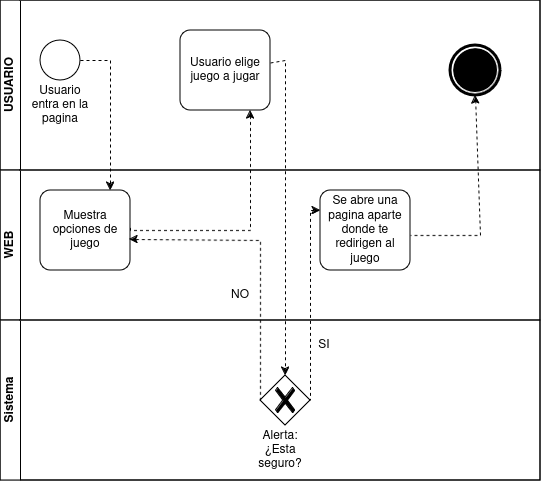
Above: JacaSportium/BPMN/BPMN_ELEJIR_JUEGO.drawio.png in MiguelLarintoo/JacaSportium (draw.io), before the change. Source tidied: cells renumbered, new cells last; positions are measured from the earlier drawing's top-left corner, leaving out a move shared by most shapes.
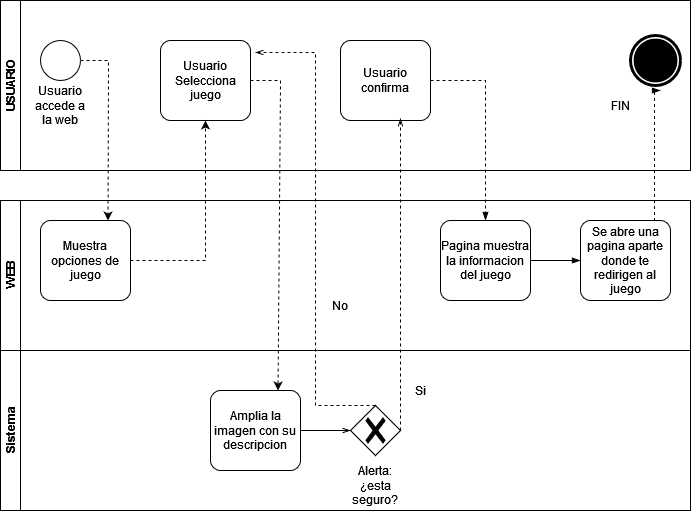
After the commit.

The edit, as a diff of the source:
```diff
@@ -3,98 +3,105 @@
     <mxCell id="0" />
     <mxCell id="1" parent="0" />
     <mxCell id="2" style="swimlane;html=1;horizontal=0;startSize=0;" parent="1" vertex="1">
-      <mxGeometry width="540" height="480" as="geometry" />
+      <mxGeometry width="690" height="310" as="geometry" />
     </mxCell>
+    <mxCell id="8" value="WEB" style="swimlane;html=1;startSize=20;horizontal=0;" parent="2" vertex="1">
+      <mxGeometry width="690" height="150" as="geometry" />
+    </mxCell>
+    <mxCell id="11" value="Muestra opciones de juego" style="points=[[0.25,0,0],[0.5,0,0],[0.75,0,0],[1,0.25,0],[1,0.5,0],[1,0.75,0],[0.75,1,0],[0.5,1,0],[0.25,1,0],[0,0.75,0],[0,0.5,0],[0,0.25,0]];shape=mxgraph.bpmn.task;whiteSpace=wrap;rectStyle=rounded;size=10;html=1;taskMarker=abstract;" parent="8" vertex="1">
+      <mxGeometry x="40" y="20" width="90" height="80" as="geometry" />
+    </mxCell>
+    <mxCell id="12" value="Se abre una pagina aparte donde te redirigen al juego" style="points=[[0.25,0,0],[0.5,0,0],[0.75,0,0],[1,0.25,0],[1,0.5,0],[1,0.75,0],[0.75,1,0],[0.5,1,0],[0.25,1,0],[0,0.75,0],[0,0.5,0],[0,0.25,0]];shape=mxgraph.bpmn.task;whiteSpace=wrap;rectStyle=rounded;size=10;html=1;taskMarker=abstract;" parent="8" vertex="1">
+      <mxGeometry x="580" y="20" width="90" height="80" as="geometry" />
+    </mxCell>
+    <mxCell id="23" value="No" style="text;html=1;align=center;verticalAlign=middle;whiteSpace=wrap;rounded=0;" parent="8" vertex="1">
+      <mxGeometry x="310" y="90" width="60" height="30" as="geometry" />
+    </mxCell>
+    <mxCell id="24" value="Pagina muestra la informacion del juego" style="points=[[0.25,0,0],[0.5,0,0],[0.75,0,0],[1,0.25,0],[1,0.5,0],[1,0.75,0],[0.75,1,0],[0.5,1,0],[0.25,1,0],[0,0.75,0],[0,0.5,0],[0,0.25,0]];shape=mxgraph.bpmn.task;whiteSpace=wrap;rectStyle=rounded;size=10;html=1;taskMarker=abstract;" parent="8" vertex="1">
+      <mxGeometry x="440" y="20" width="90" height="80" as="geometry" />
+    </mxCell>
+    <mxCell id="25" style="edgeStyle=elbowEdgeStyle;fontSize=12;html=1;endArrow=blockThin;endFill=1;rounded=0;exitX=1;exitY=0.5;exitDx=0;exitDy=0;exitPerimeter=0;" parent="8" edge="1" source="24">
+      <mxGeometry relative="1" as="geometry">
+        <mxPoint x="580" y="60" as="targetPoint" />
+      </mxGeometry>
+    </mxCell>
+    <mxCell id="18" value="Sistema" style="swimlane;html=1;startSize=20;horizontal=0;" parent="2" vertex="1">
+      <mxGeometry y="150" width="690" height="160" as="geometry" />
+    </mxCell>
+    <mxCell id="26" value="Amplia la imagen con su descripcion" style="points=[[0.25,0,0],[0.5,0,0],[0.75,0,0],[1,0.25,0],[1,0.5,0],[1,0.75,0],[0.75,1,0],[0.5,1,0],[0.25,1,0],[0,0.75,0],[0,0.5,0],[0,0.25,0]];shape=mxgraph.bpmn.task;whiteSpace=wrap;rectStyle=rounded;size=10;html=1;taskMarker=abstract;" parent="18" vertex="1">
+      <mxGeometry x="210" y="40" width="90" height="80" as="geometry" />
+    </mxCell>
+    <mxCell id="27" style="points=[[0.25,0.25,0],[0.5,0,0],[0.75,0.25,0],[1,0.5,0],[0.75,0.75,0],[0.5,1,0],[0.25,0.75,0],[0,0.5,0]];shape=mxgraph.bpmn.gateway2;html=1;verticalLabelPosition=bottom;labelBackgroundColor=#ffffff;verticalAlign=top;align=center;perimeter=rhombusPerimeter;outlineConnect=0;outline=none;symbol=none;gwType=exclusive;" parent="18" vertex="1">
+      <mxGeometry x="350" y="55" width="50" height="50" as="geometry" />
+    </mxCell>
+    <mxCell id="28" style="edgeStyle=elbowEdgeStyle;fontSize=12;html=1;endFill=0;startFill=0;endArrow=openThin;startArrow=none;rounded=0;exitX=1;exitY=0.5;exitDx=0;exitDy=0;exitPerimeter=0;entryX=0;entryY=0.5;entryDx=0;entryDy=0;entryPerimeter=0;" parent="18" edge="1" source="26" target="27">
+      <mxGeometry relative="1" as="geometry" />
+    </mxCell>
+    <mxCell id="29" value="Alerta: ¿esta seguro?" style="text;html=1;align=center;verticalAlign=middle;whiteSpace=wrap;rounded=0;" parent="18" vertex="1">
+      <mxGeometry x="345" y="120" width="60" height="30" as="geometry" />
+    </mxCell>
+    <mxCell id="30" value="Si" style="text;html=1;align=center;verticalAlign=middle;whiteSpace=wrap;rounded=0;" parent="18" vertex="1">
+      <mxGeometry x="390" y="25" width="60" height="30" as="geometry" />
+    </mxCell>
-    <mxCell id="3" value="USUARIO" style="swimlane;html=1;startSize=20;horizontal=0;" parent="2" vertex="1">
-      <mxGeometry width="540" height="170" as="geometry" />
+    <mxCell id="3" value="USUARIO" style="swimlane;html=1;startSize=20;horizontal=0;" parent="1" vertex="1">
+      <mxGeometry y="-200" width="690" height="170" as="geometry" />
     </mxCell>
     <mxCell id="4" style="ellipse;whiteSpace=wrap;html=1;" parent="3" vertex="1">
       <mxGeometry x="40" y="40" width="40" height="40" as="geometry" />
     </mxCell>
-    <mxCell id="5" value="Usuario entra en la pagina" style="text;html=1;align=center;verticalAlign=middle;whiteSpace=wrap;rounded=0;" parent="3" vertex="1">
+    <mxCell id="5" value="Usuario accede a la web" style="text;html=1;align=center;verticalAlign=middle;whiteSpace=wrap;rounded=0;" parent="3" vertex="1">
       <mxGeometry x="30" y="90" width="60" height="30" as="geometry" />
     </mxCell>
-    <mxCell id="6" value="Usuario elige juego a jugar" style="points=[[0.25,0,0],[0.5,0,0],[0.75,0,0],[1,0.25,0],[1,0.5,0],[1,0.75,0],[0.75,1,0],[0.5,1,0],[0.25,1,0],[0,0.75,0],[0,0.5,0],[0,0.25,0]];shape=mxgraph.bpmn.task;whiteSpace=wrap;rectStyle=rounded;size=10;html=1;taskMarker=abstract;" parent="3" vertex="1">
-      <mxGeometry x="180" y="30" width="90" height="80" as="geometry" />
+    <mxCell id="6" value="Usuario Selecciona juego" style="points=[[0.25,0,0],[0.5,0,0],[0.75,0,0],[1,0.25,0],[1,0.5,0],[1,0.75,0],[0.75,1,0],[0.5,1,0],[0.25,1,0],[0,0.75,0],[0,0.5,0],[0,0.25,0]];shape=mxgraph.bpmn.task;whiteSpace=wrap;rectStyle=rounded;size=10;html=1;taskMarker=abstract;" parent="3" vertex="1">
+      <mxGeometry x="160" y="40" width="90" height="80" as="geometry" />
     </mxCell>
     <mxCell id="7" style="points=[[0.145,0.145,0],[0.5,0,0],[0.855,0.145,0],[1,0.5,0],[0.855,0.855,0],[0.5,1,0],[0.145,0.855,0],[0,0.5,0]];shape=mxgraph.bpmn.event;html=1;verticalLabelPosition=bottom;labelBackgroundColor=#ffffff;verticalAlign=top;align=center;perimeter=ellipsePerimeter;outlineConnect=0;outline=end;symbol=terminate;" parent="3" vertex="1">
-      <mxGeometry x="450" y="45" width="50" height="50" as="geometry" />
+      <mxGeometry x="630" y="35" width="50" height="50" as="geometry" />
     </mxCell>
-    <mxCell id="8" value="WEB" style="swimlane;html=1;startSize=20;horizontal=0;" parent="2" vertex="1">
-      <mxGeometry y="170" width="540" height="150" as="geometry" />
-    </mxCell>
-    <mxCell id="9" value="NO" style="text;html=1;align=center;verticalAlign=middle;whiteSpace=wrap;rounded=0;" parent="8" vertex="1">
-      <mxGeometry x="210" y="110" width="60" height="30" as="geometry" />
-    </mxCell>
-    <mxCell id="10" style="endArrow=classic;html=1;rounded=0;exitX=1;exitY=0.5;exitDx=0;exitDy=0;exitPerimeter=0;entryX=0.5;entryY=1;entryDx=0;entryDy=0;entryPerimeter=0;dashed=1;" parent="8" edge="1" target="7">
-      <mxGeometry relative="1" as="geometry">
-        <mxPoint x="390" y="65" as="sourcePoint" />
-        <Array as="points">
-          <mxPoint x="480" y="65" />
-        </Array>
-      </mxGeometry>
-    </mxCell>
-    <mxCell id="11" value="Muestra opciones de juego" style="points=[[0.25,0,0],[0.5,0,0],[0.75,0,0],[1,0.25,0],[1,0.5,0],[1,0.75,0],[0.75,1,0],[0.5,1,0],[0.25,1,0],[0,0.75,0],[0,0.5,0],[0,0.25,0]];shape=mxgraph.bpmn.task;whiteSpace=wrap;rectStyle=rounded;size=10;html=1;taskMarker=abstract;" parent="8" vertex="1">
-      <mxGeometry x="40" y="20" width="90" height="80" as="geometry" />
-    </mxCell>
-    <mxCell id="12" value="Se abre una pagina aparte donde te redirigen al juego" style="points=[[0.25,0,0],[0.5,0,0],[0.75,0,0],[1,0.25,0],[1,0.5,0],[1,0.75,0],[0.75,1,0],[0.5,1,0],[0.25,1,0],[0,0.75,0],[0,0.5,0],[0,0.25,0]];shape=mxgraph.bpmn.task;whiteSpace=wrap;rectStyle=rounded;size=10;html=1;taskMarker=abstract;" parent="8" vertex="1">
-      <mxGeometry x="320" y="20" width="90" height="80" as="geometry" />
-    </mxCell>
-    <mxCell id="13" style="endArrow=classic;html=1;rounded=0;entryX=0.5;entryY=0;entryDx=0;entryDy=0;entryPerimeter=0;dashed=1;" parent="2" edge="1">
-      <mxGeometry relative="1" as="geometry">
-        <mxPoint x="110" y="60" as="sourcePoint" />
-        <mxPoint x="110" y="190" as="targetPoint" />
-      </mxGeometry>
-    </mxCell>
-    <mxCell id="14" style="endArrow=classic;html=1;rounded=0;entryX=0.5;entryY=0;entryDx=0;entryDy=0;entryPerimeter=0;dashed=1;" parent="2" edge="1" source="6">
-      <mxGeometry relative="1" as="geometry">
-        <mxPoint x="285" y="375" as="targetPoint" />
-        <Array as="points">
-          <mxPoint x="285" y="60" />
-          <mxPoint x="285" y="210" />
-        </Array>
-      </mxGeometry>
-    </mxCell>
-    <mxCell id="15" style="edgeStyle=orthogonalEdgeStyle;rounded=0;jettySize=auto;html=1;endArrow=classic;endFill=1;exitX=0;exitY=0;exitDx=40;exitDy=37.5;exitPerimeter=0;dashed=1;" parent="2" edge="1" target="6">
-      <mxGeometry relative="1" as="geometry">
-        <mxPoint x="130" y="227.5" as="sourcePoint" />
-        <Array as="points">
-          <mxPoint x="130" y="230" />
-          <mxPoint x="250" y="230" />
-        </Array>
-      </mxGeometry>
-    </mxCell>
-    <mxCell id="16" style="endArrow=none;dashed=1;html=1;rounded=0;exitX=0.975;exitY=0.817;exitDx=0;exitDy=0;exitPerimeter=0;entryX=0;entryY=0.5;entryDx=0;entryDy=0;entryPerimeter=0;startArrow=classic;startFill=1;" parent="2" edge="1" target="20">
-      <mxGeometry relative="1" as="geometry">
-        <mxPoint x="129" y="239" as="sourcePoint" />
-        <Array as="points">
-          <mxPoint x="260" y="240" />
-        </Array>
-      </mxGeometry>
-    </mxCell>
-    <mxCell id="17" style="endArrow=none;dashed=1;html=1;rounded=0;exitX=0;exitY=0.25;exitDx=0;exitDy=0;exitPerimeter=0;entryX=1;entryY=0.5;entryDx=0;entryDy=0;entryPerimeter=0;endFill=0;startArrow=classic;startFill=1;" parent="2" edge="1" source="12" target="20">
-      <mxGeometry relative="1" as="geometry">
-        <Array as="points">
-          <mxPoint x="310" y="210" />
-        </Array>
-      </mxGeometry>
-    </mxCell>
-    <mxCell id="18" value="Sistema" style="swimlane;html=1;startSize=20;horizontal=0;" parent="2" vertex="1">
-      <mxGeometry y="320" width="540" height="160" as="geometry" />
-    </mxCell>
-    <mxCell id="19" value="SI" style="text;html=1;align=center;verticalAlign=middle;whiteSpace=wrap;rounded=0;" parent="18" vertex="1">
-      <mxGeometry x="294" y="10" width="60" height="30" as="geometry" />
-    </mxCell>
-    <mxCell id="20" style="points=[[0.25,0.25,0],[0.5,0,0],[0.75,0.25,0],[1,0.5,0],[0.75,0.75,0],[0.5,1,0],[0.25,0.75,0],[0,0.5,0]];shape=mxgraph.bpmn.gateway2;html=1;verticalLabelPosition=bottom;labelBackgroundColor=#ffffff;verticalAlign=top;align=center;perimeter=rhombusPerimeter;outlineConnect=0;outline=none;symbol=none;gwType=exclusive;" parent="18" vertex="1">
-      <mxGeometry x="260" y="55" width="50" height="50" as="geometry" />
-    </mxCell>
-    <mxCell id="21" value="Alerta: ¿Esta seguro?" style="text;html=1;align=center;verticalAlign=middle;whiteSpace=wrap;rounded=0;" parent="18" vertex="1">
-      <mxGeometry x="250" y="115" width="60" height="30" as="geometry" />
-    </mxCell>
-    <mxCell id="22" style="endArrow=none;html=1;rounded=0;exitX=1;exitY=0.5;exitDx=0;exitDy=0;dashed=1;" parent="1" edge="1" source="4">
-      <mxGeometry relative="1" as="geometry">
-        <mxPoint x="110" y="60" as="targetPoint" />
-      </mxGeometry>
-    </mxCell>
+    <mxCell id="31" value="Usuario confirma" style="points=[[0.25,0,0],[0.5,0,0],[0.75,0,0],[1,0.25,0],[1,0.5,0],[1,0.75,0],[0.75,1,0],[0.5,1,0],[0.25,1,0],[0,0.75,0],[0,0.5,0],[0,0.25,0]];shape=mxgraph.bpmn.task;whiteSpace=wrap;rectStyle=rounded;size=10;html=1;taskMarker=abstract;" parent="3" vertex="1">
+      <mxGeometry x="340" y="40" width="90" height="80" as="geometry" />
+    </mxCell>
+    <mxCell id="32" value="FIN" style="text;html=1;align=center;verticalAlign=middle;whiteSpace=wrap;rounded=0;" parent="3" vertex="1">
+      <mxGeometry x="590" y="90" width="60" height="30" as="geometry" />
+    </mxCell>
+    <mxCell id="33" style="endArrow=classic;html=1;rounded=0;entryX=0.75;entryY=0;entryDx=0;entryDy=0;entryPerimeter=0;exitX=1;exitY=0.5;exitDx=0;exitDy=0;dashed=1;" parent="1" edge="1" source="4" target="11">
+      <mxGeometry relative="1" as="geometry">
+        <Array as="points">
+          <mxPoint x="108" y="-140" />
+        </Array>
+      </mxGeometry>
+    </mxCell>
+    <mxCell id="34" style="endArrow=classic;html=1;rounded=0;entryX=0.5;entryY=1;entryDx=0;entryDy=0;entryPerimeter=0;exitX=1;exitY=0.5;exitDx=0;exitDy=0;dashed=1;exitPerimeter=0;" parent="1" edge="1" source="11" target="6">
+      <mxGeometry relative="1" as="geometry">
+        <Array as="points">
+          <mxPoint x="205" y="60" />
+        </Array>
+      </mxGeometry>
+    </mxCell>
+    <mxCell id="35" style="endArrow=classic;html=1;rounded=0;entryX=0.75;entryY=0;entryDx=0;entryDy=0;entryPerimeter=0;exitX=1;exitY=0.5;exitDx=0;exitDy=0;dashed=1;exitPerimeter=0;" parent="1" edge="1" source="6" target="26">
+      <mxGeometry relative="1" as="geometry">
+        <Array as="points">
+          <mxPoint x="280" y="-120" />
+        </Array>
+      </mxGeometry>
+    </mxCell>
+    <mxCell id="36" style="edgeStyle=elbowEdgeStyle;fontSize=12;html=1;endFill=0;startFill=0;endArrow=openThin;startArrow=none;rounded=0;exitX=0.5;exitY=0;exitDx=0;exitDy=0;exitPerimeter=0;entryX=1.056;entryY=0.15;entryDx=0;entryDy=0;entryPerimeter=0;dashed=1;" parent="1" edge="1" source="27" target="6">
+      <mxGeometry relative="1" as="geometry" />
+    </mxCell>
+    <mxCell id="37" style="edgeStyle=elbowEdgeStyle;fontSize=12;html=1;endFill=0;startFill=0;endArrow=openThin;startArrow=none;rounded=0;exitX=1;exitY=0.5;exitDx=0;exitDy=0;exitPerimeter=0;dashed=1;entryX=0.656;entryY=0.975;entryDx=0;entryDy=0;entryPerimeter=0;" parent="1" edge="1" source="27" target="31">
+      <mxGeometry relative="1" as="geometry" />
+    </mxCell>
+    <mxCell id="38" style="edgeStyle=elbowEdgeStyle;fontSize=12;html=1;endArrow=blockThin;endFill=1;rounded=0;exitX=1;exitY=0.5;exitDx=0;exitDy=0;exitPerimeter=0;entryX=0.5;entryY=0;entryDx=0;entryDy=0;entryPerimeter=0;dashed=1;" parent="1" edge="1" source="31" target="24">
+      <mxGeometry relative="1" as="geometry">
+        <Array as="points">
+          <mxPoint x="485" y="-60" />
+        </Array>
+      </mxGeometry>
+    </mxCell>
+    <mxCell id="39" style="edgeStyle=elbowEdgeStyle;fontSize=12;html=1;endArrow=blockThin;endFill=1;rounded=0;exitX=0.75;exitY=0;exitDx=0;exitDy=0;exitPerimeter=0;dashed=1;" parent="1" edge="1" source="12">
+      <mxGeometry relative="1" as="geometry">
+        <mxPoint x="660" y="-110" as="targetPoint" />
+      </mxGeometry>
+    </mxCell>
   </root>
 </mxGraphModel>
```
